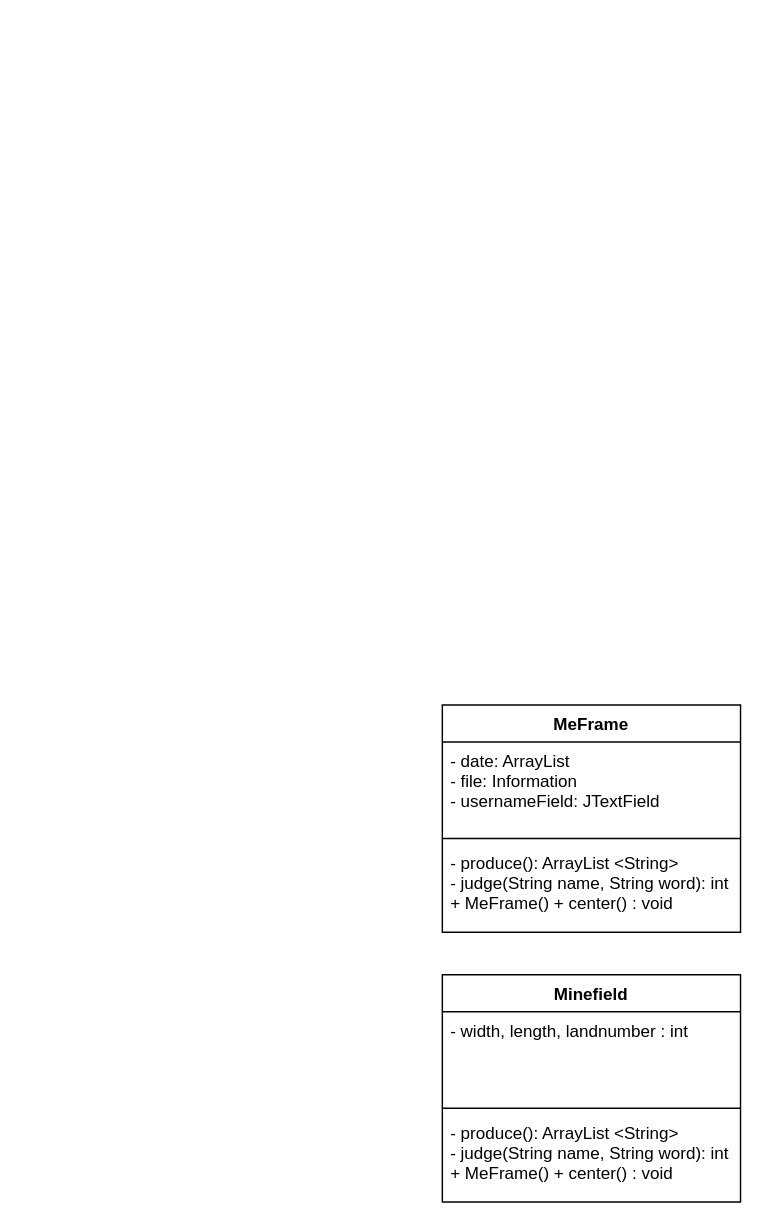
This is Untitled Diagram.drawio from kennylou00/software_project, a draw.io file, before an edit. Source tidied: cells renumbered, new cells numbered last; positions are measured from the earlier drawing's top-left corner, leaving out a move shared by most shapes. Both pictures are drawn from the tidied source at 142%, with x=0, y=0 at pixel (442, 704).
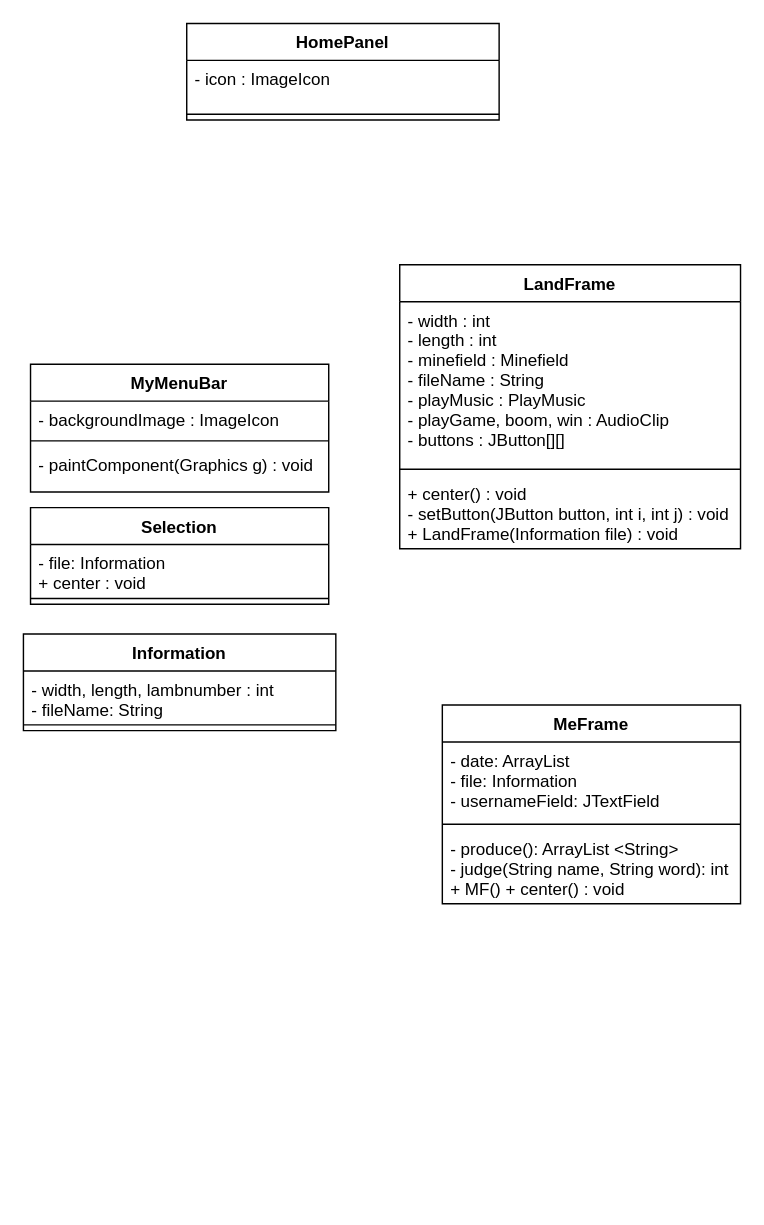
Above is the later version.

Commit message:
Class diagram : code

Diff of the diagram source:
```diff
@@
     <mxCell id="2" value="MeFrame" style="swimlane;fontStyle=1;align=center;verticalAlign=top;horizontal=1;startSize=26;" parent="1" vertex="1">
-      <mxGeometry width="210" height="160" as="geometry" />
+      <mxGeometry width="210" height="140" as="geometry" />
     </mxCell>
     <mxCell id="3" value="- date: ArrayList&#10;- file: Information&#10;- usernameField: JTextField" style="text;strokeColor=none;fillColor=none;align=left;verticalAlign=top;spacingLeft=4;spacingRight=4;overflow=hidden;" parent="2" vertex="1">
-      <mxGeometry y="26" width="210" height="64" as="geometry" />
+      <mxGeometry y="26" width="210" height="54" as="geometry" />
     </mxCell>
     <mxCell id="4" style="line;strokeWidth=1;fillColor=none;align=left;verticalAlign=middle;spacingTop=-1;spacingLeft=3;spacingRight=3;labelPosition=right;" parent="2" vertex="1">
-      <mxGeometry y="90" width="210" height="8" as="geometry" />
+      <mxGeometry y="80" width="210" height="8" as="geometry" />
     </mxCell>
-    <mxCell id="5" value="- produce(): ArrayList &lt;String&gt;&#10;- judge(String name, String word): int&#10;+ MeFrame() + center() : void" style="text;strokeColor=none;fillColor=none;align=left;verticalAlign=top;spacingLeft=4;spacingRight=4;overflow=hidden;" parent="2" vertex="1">
-      <mxGeometry y="98" width="210" height="62" as="geometry" />
+    <mxCell id="5" value="- produce(): ArrayList &lt;String&gt;&#10;- judge(String name, String word): int&#10;+ MF() + center() : void" style="text;strokeColor=none;fillColor=none;align=left;verticalAlign=top;spacingLeft=4;spacingRight=4;overflow=hidden;" parent="2" vertex="1">
+      <mxGeometry y="88" width="210" height="52" as="geometry" />
     </mxCell>
-    <mxCell id="6" value="Minefield" style="swimlane;fontStyle=1;align=center;verticalAlign=top;horizontal=1;startSize=26;" parent="1" vertex="1">
-      <mxGeometry y="190" width="210" height="160" as="geometry" />
-    </mxCell>
-    <mxCell id="7" value="- width, length, landnumber : int" style="text;strokeColor=none;fillColor=none;align=left;verticalAlign=top;spacingLeft=4;spacingRight=4;overflow=hidden;" parent="6" vertex="1">
-      <mxGeometry y="26" width="210" height="64" as="geometry" />
-    </mxCell>
-    <mxCell id="8" style="line;strokeWidth=1;fillColor=none;align=left;verticalAlign=middle;spacingTop=-1;spacingLeft=3;spacingRight=3;labelPosition=right;" parent="6" vertex="1">
-      <mxGeometry y="90" width="210" height="8" as="geometry" />
-    </mxCell>
-    <mxCell id="9" value="- produce(): ArrayList &lt;String&gt;&#10;- judge(String name, String word): int&#10;+ MeFrame() + center() : void" style="text;strokeColor=none;fillColor=none;align=left;verticalAlign=top;spacingLeft=4;spacingRight=4;overflow=hidden;" parent="6" vertex="1">
-      <mxGeometry y="98" width="210" height="62" as="geometry" />
-    </mxCell>
+    <mxCell id="10" value="Information" style="swimlane;fontStyle=1;align=center;verticalAlign=top;horizontal=1;startSize=26;" parent="1" vertex="1">
+      <mxGeometry x="-295" y="-50" width="220" height="68" as="geometry" />
+    </mxCell>
+    <mxCell id="11" value="- width, length, lambnumber : int&#10;- fileName: String" style="text;strokeColor=none;fillColor=none;align=left;verticalAlign=top;spacingLeft=4;spacingRight=4;overflow=hidden;" parent="10" vertex="1">
+      <mxGeometry y="26" width="220" height="34" as="geometry" />
+    </mxCell>
+    <mxCell id="12" style="line;strokeWidth=1;fillColor=none;align=left;verticalAlign=middle;spacingTop=-1;spacingLeft=3;spacingRight=3;labelPosition=right;" parent="10" vertex="1">
+      <mxGeometry y="60" width="220" height="8" as="geometry" />
+    </mxCell>
+    <mxCell id="13" value="Selection" style="swimlane;fontStyle=1;align=center;verticalAlign=top;horizontal=1;startSize=26;" parent="1" vertex="1">
+      <mxGeometry x="-290" y="-139" width="210" height="68" as="geometry" />
+    </mxCell>
+    <mxCell id="14" value="- file: Information&#10;+ center : void" style="text;strokeColor=none;fillColor=none;align=left;verticalAlign=top;spacingLeft=4;spacingRight=4;overflow=hidden;" parent="13" vertex="1">
+      <mxGeometry y="26" width="210" height="34" as="geometry" />
+    </mxCell>
+    <mxCell id="15" style="line;strokeWidth=1;fillColor=none;align=left;verticalAlign=middle;spacingTop=-1;spacingLeft=3;spacingRight=3;labelPosition=right;" parent="13" vertex="1">
+      <mxGeometry y="60" width="210" height="8" as="geometry" />
+    </mxCell>
+    <mxCell id="16" value="MyMenuBar" style="swimlane;fontStyle=1;align=center;verticalAlign=top;horizontal=1;startSize=26;" parent="1" vertex="1">
+      <mxGeometry x="-290" y="-240" width="210" height="90" as="geometry" />
+    </mxCell>
+    <mxCell id="17" value="- backgroundImage : ImageIcon" style="text;strokeColor=none;fillColor=none;align=left;verticalAlign=top;spacingLeft=4;spacingRight=4;overflow=hidden;" parent="16" vertex="1">
+      <mxGeometry y="26" width="210" height="24" as="geometry" />
+    </mxCell>
+    <mxCell id="18" style="line;strokeWidth=1;fillColor=none;align=left;verticalAlign=middle;spacingTop=-1;spacingLeft=3;spacingRight=3;labelPosition=right;" parent="16" vertex="1">
+      <mxGeometry y="50" width="210" height="8" as="geometry" />
+    </mxCell>
+    <mxCell id="19" value="- paintComponent(Graphics g) : void" style="text;strokeColor=none;fillColor=none;align=left;verticalAlign=top;spacingLeft=4;spacingRight=4;overflow=hidden;" parent="16" vertex="1">
+      <mxGeometry y="58" width="210" height="32" as="geometry" />
+    </mxCell>
+    <mxCell id="20" value="LandFrame" style="swimlane;fontStyle=1;align=center;verticalAlign=top;horizontal=1;startSize=26;" parent="1" vertex="1">
+      <mxGeometry x="-30" y="-310" width="240" height="200" as="geometry" />
+    </mxCell>
+    <mxCell id="21" value="- width : int&#10;- length : int&#10;- minefield : Minefield&#10;- fileName : String&#10;- playMusic : PlayMusic&#10;- playGame, boom, win : AudioClip&#10;- buttons : JButton[][]&#10;" style="text;strokeColor=none;fillColor=none;align=left;verticalAlign=top;spacingLeft=4;spacingRight=4;overflow=hidden;" parent="20" vertex="1">
+      <mxGeometry y="26" width="240" height="114" as="geometry" />
+    </mxCell>
+    <mxCell id="22" style="line;strokeWidth=1;fillColor=none;align=left;verticalAlign=middle;spacingTop=-1;spacingLeft=3;spacingRight=3;labelPosition=right;" parent="20" vertex="1">
+      <mxGeometry y="140" width="240" height="8" as="geometry" />
+    </mxCell>
+    <mxCell id="23" value="+ center() : void&#10;- setButton(JButton button, int i, int j) : void&#10;+ LandFrame(Information file) : void" style="text;strokeColor=none;fillColor=none;align=left;verticalAlign=top;spacingLeft=4;spacingRight=4;overflow=hidden;" parent="20" vertex="1">
+      <mxGeometry y="148" width="240" height="52" as="geometry" />
+    </mxCell>
+    <mxCell id="24" value="HomePanel" style="swimlane;fontStyle=1;align=center;verticalAlign=top;horizontal=1;startSize=26;" parent="1" vertex="1">
+      <mxGeometry x="-180" y="-480" width="220" height="68" as="geometry" />
+    </mxCell>
+    <mxCell id="25" value="- icon : ImageIcon&#10;" style="text;strokeColor=none;fillColor=none;align=left;verticalAlign=top;spacingLeft=4;spacingRight=4;overflow=hidden;" parent="24" vertex="1">
+      <mxGeometry y="26" width="220" height="34" as="geometry" />
+    </mxCell>
+    <mxCell id="26" style="line;strokeWidth=1;fillColor=none;align=left;verticalAlign=middle;spacingTop=-1;spacingLeft=3;spacingRight=3;labelPosition=right;" parent="24" vertex="1">
+      <mxGeometry y="60" width="220" height="8" as="geometry" />
+    </mxCell>
```
